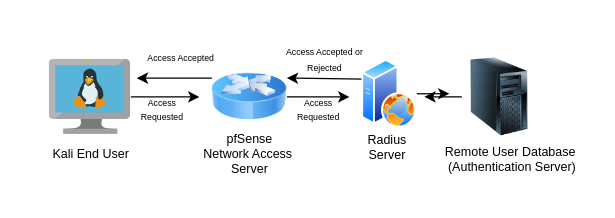
Before: 301Lab8a.drawio in jmcano50/Ops-301d14-Code_Challenges, a draw.io diagram. Source tidied: cells renumbered, new cells numbered last; positions are measured from the earlier drawing's top-left corner, leaving out a move shared by most shapes. Both pictures are drawn from the tidied source at 125%, with x=0, y=0 at pixel (40, 21).
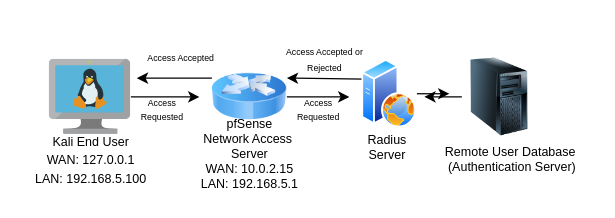
After the change.

Change to the diagram source:
```diff
@@
-    <mxCell id="4" value="&lt;font style=&quot;font-size: 10px;&quot;&gt;Kali End User&lt;/font&gt;" style="text;html=1;align=center;verticalAlign=middle;strokeColor=none;fillColor=none;" parent="1" vertex="1">
-      <mxGeometry x="-0.4" y="90" width="80" height="30" as="geometry" />
+    <mxCell id="4" value="&lt;font style=&quot;font-size: 10px;&quot;&gt;Kali End User&lt;br&gt;WAN: 127.0.0.1&lt;br&gt;LAN: 192.168.5.100&lt;br&gt;&lt;/font&gt;" style="text;html=1;align=center;verticalAlign=middle;strokeColor=none;fillColor=none;" parent="1" vertex="1">
+      <mxGeometry x="-15.4" y="80" width="110" height="60" as="geometry" />
     </mxCell>
@@
-    <mxCell id="8" value="pfSense&lt;br&gt;Network Access&amp;nbsp;&lt;br&gt;Server" style="text;html=1;align=center;verticalAlign=middle;strokeColor=none;fillColor=none;fontSize=10;" parent="1" vertex="1">
-      <mxGeometry x="117" y="80" width="100" height="50" as="geometry" />
+    <mxCell id="8" value="pfSense&lt;br&gt;Network Access&amp;nbsp;&lt;br&gt;Server&lt;br&gt;WAN: 10.0.2.15&lt;br&gt;LAN: 192.168.5.1" style="text;html=1;align=center;verticalAlign=middle;strokeColor=none;fillColor=none;fontSize=10;" parent="1" vertex="1">
+      <mxGeometry x="117" y="70" width="100" height="70" as="geometry" />
     </mxCell>
```
